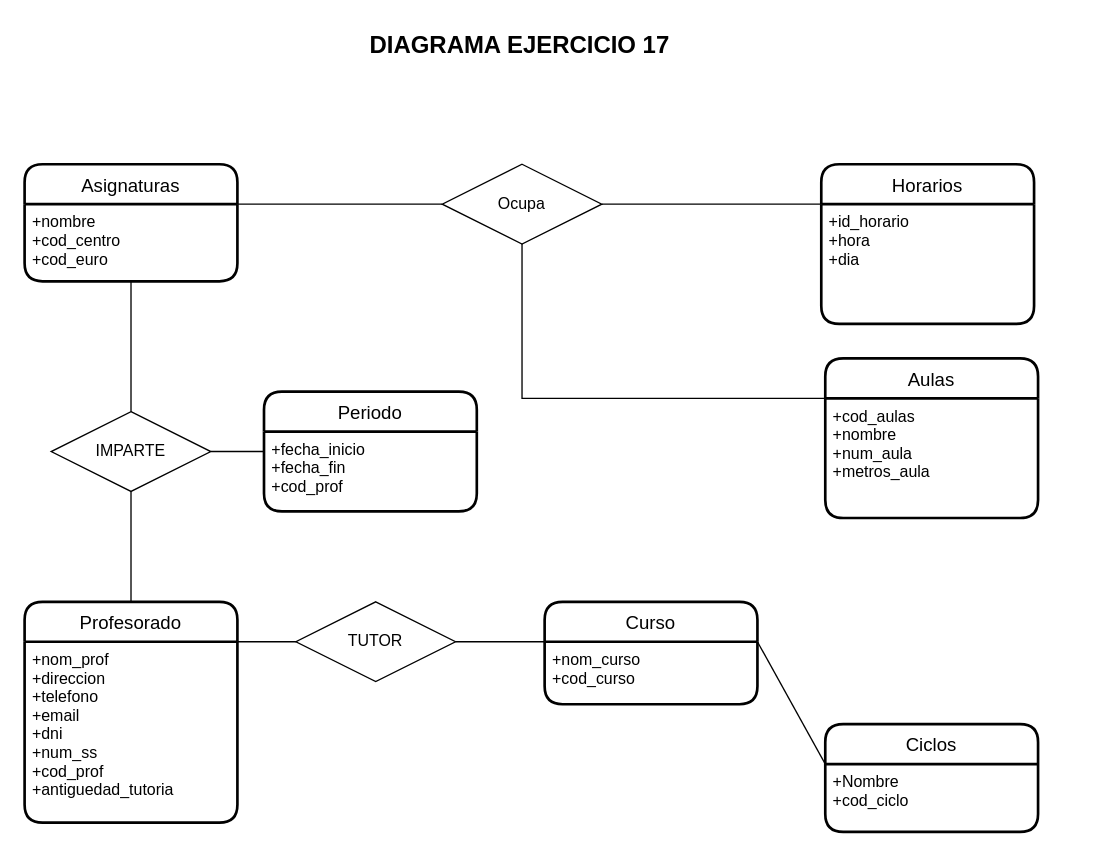
Earlier version of the draw.io diagram ex17.drawio (JuanMarinG/TA12_MYSQL). Source tidied: cells renumbered, new cells numbered last; positions are measured from the earlier drawing's top-left corner, leaving out a move shared by most shapes. Both pictures are drawn from the tidied source at 133%, with x=0, y=0 at pixel (24, 23).
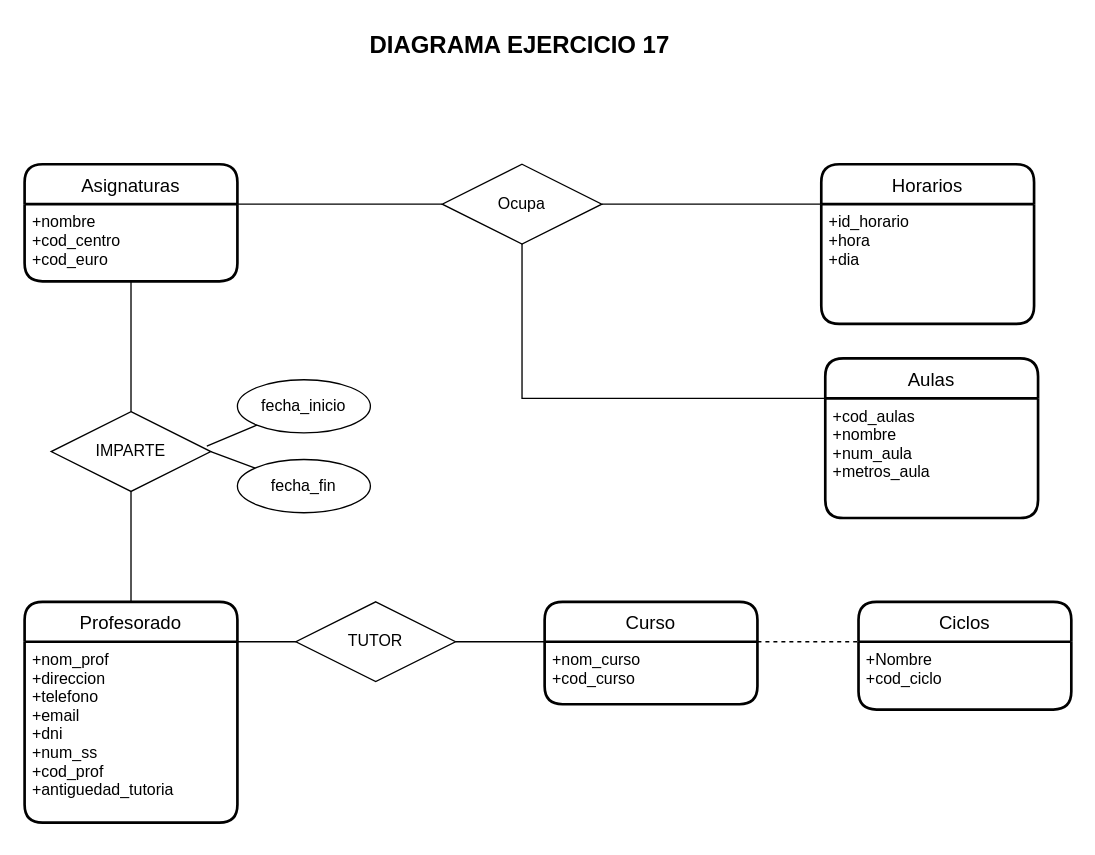
The same page after the edit.

Unchanged cells that the change refers to:
```xml
<mxCell id="9" value="+Nombre&#10;+cod_ciclo&#10;" style="align=left;strokeColor=none;fillColor=none;spacingLeft=4;fontSize=12;verticalAlign=top;" parent="8" vertex="1">
  <mxGeometry y="30" width="160" height="51" as="geometry" />
</mxCell>
<mxCell id="16" value="IMPARTE" style="shape=rhombus;perimeter=rhombusPerimeter;whiteSpace=wrap;html=1;align=center;" parent="1" vertex="1">
  <mxGeometry x="20" y="292" width="120" height="60" as="geometry" />
</mxCell>
<mxCell id="20" value="+nom_curso&#10;+cod_curso&#10;" style="align=left;strokeColor=none;fillColor=none;spacingLeft=4;fontSize=12;verticalAlign=top;" parent="19" vertex="1">
  <mxGeometry y="30" width="160" height="47" as="geometry" />
</mxCell>
```

Diff of the diagram source:
```diff
@@
     <mxCell id="8" value="Ciclos" style="swimlane;horizontal=1;startSize=30;rounded=1;fontSize=14;fontStyle=0;strokeWidth=2;shadow=0;dashed=0;align=center;" parent="1" vertex="1">
-      <mxGeometry x="602" y="527" width="160" height="81" as="geometry" />
+      <mxGeometry x="627" y="435" width="160" height="81" as="geometry" />
     </mxCell>
@@
-    <mxCell id="21" value="Periodo" style="swimlane;horizontal=1;startSize=30;rounded=1;fontSize=14;fontStyle=0;strokeWidth=2;shadow=0;dashed=0;align=center;" parent="1" vertex="1">
-      <mxGeometry x="180" y="277" width="160" height="90" as="geometry" />
-    </mxCell>
-    <mxCell id="22" value="+fecha_inicio&#10;+fecha_fin&#10;+cod_prof" style="align=left;strokeColor=none;fillColor=none;spacingLeft=4;fontSize=12;verticalAlign=top;" parent="21" vertex="1">
-      <mxGeometry y="30" width="160" height="60" as="geometry" />
-    </mxCell>
@@
-    <mxCell id="24" style="endArrow=none;html=1;rounded=0;exitX=1;exitY=0;exitDx=0;exitDy=0;entryX=0;entryY=0;entryDx=0;entryDy=0;" parent="1" edge="1" source="20" target="9">
+    <mxCell id="24" style="endArrow=none;html=1;rounded=0;exitX=1;exitY=0;exitDx=0;exitDy=0;entryX=0;entryY=0;entryDx=0;entryDy=0;dashed=1;" parent="1" edge="1" source="20" target="9">
       <mxGeometry relative="1" as="geometry" />
     </mxCell>
-    <mxCell id="25" style="endArrow=none;html=1;rounded=0;entryX=0;entryY=0.25;entryDx=0;entryDy=0;exitX=1;exitY=0.5;exitDx=0;exitDy=0;" parent="1" edge="1" source="16" target="22">
+    <mxCell id="25" style="endArrow=none;html=1;rounded=0;exitX=1;exitY=0.5;exitDx=0;exitDy=0;" parent="1" edge="1" source="16" target="29">
       <mxGeometry relative="1" as="geometry" />
     </mxCell>
@@
+    <mxCell id="29" value="fecha_fin" style="ellipse;whiteSpace=wrap;html=1;align=center;" parent="1" vertex="1">
+      <mxGeometry x="160" y="328" width="100" height="40" as="geometry" />
+    </mxCell>
+    <mxCell id="30" value="fecha_inicio" style="ellipse;whiteSpace=wrap;html=1;align=center;" parent="1" vertex="1">
+      <mxGeometry x="160" y="268" width="100" height="40" as="geometry" />
+    </mxCell>
+    <mxCell id="31" style="endArrow=none;html=1;rounded=0;entryX=0;entryY=1;entryDx=0;entryDy=0;" parent="1" edge="1" target="30">
+      <mxGeometry relative="1" as="geometry">
+        <mxPoint x="137" y="318" as="sourcePoint" />
+      </mxGeometry>
+    </mxCell>
```
